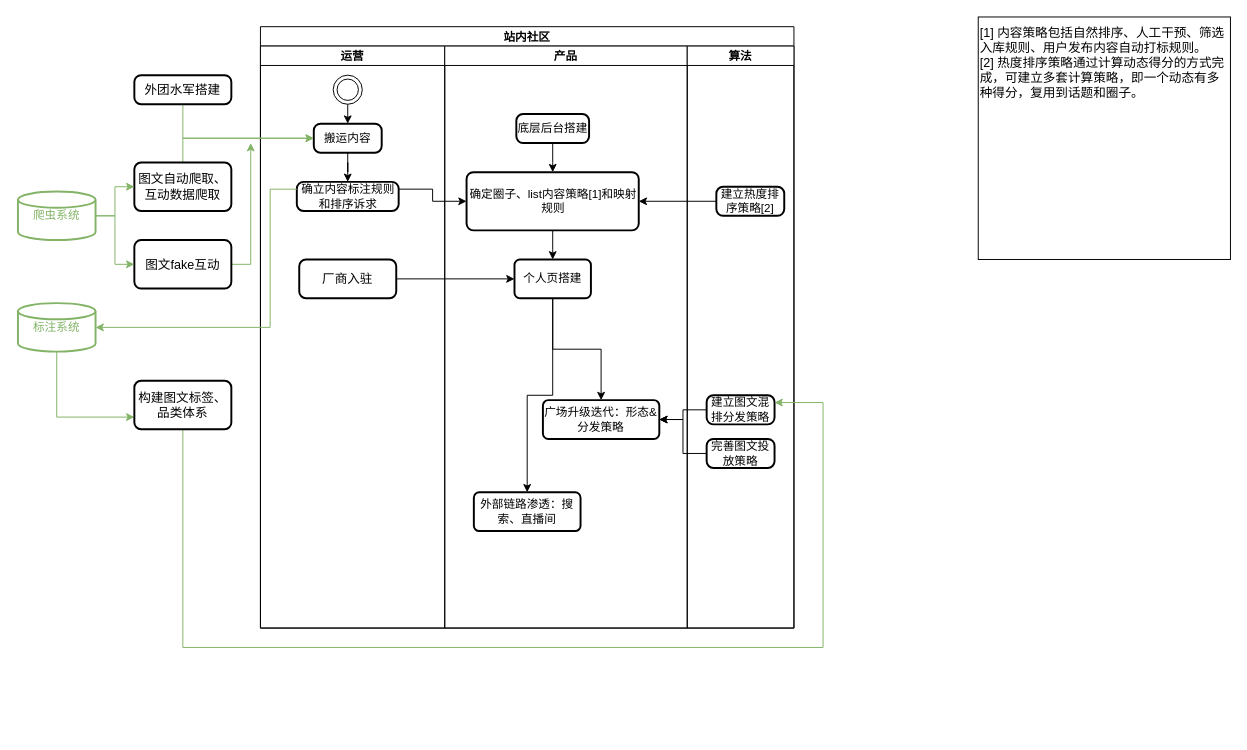
GraceYongqi/huya_design keeps this draw.io diagram as huya_community_workflow.drawio. Above is the earlier version. Source tidied: cells renumbered, new cells numbered last; positions are measured from the earlier drawing's top-left corner, leaving out a move shared by most shapes. Both pictures are drawn from the tidied source at 97%, with x=0, y=0 at pixel (17, 16).
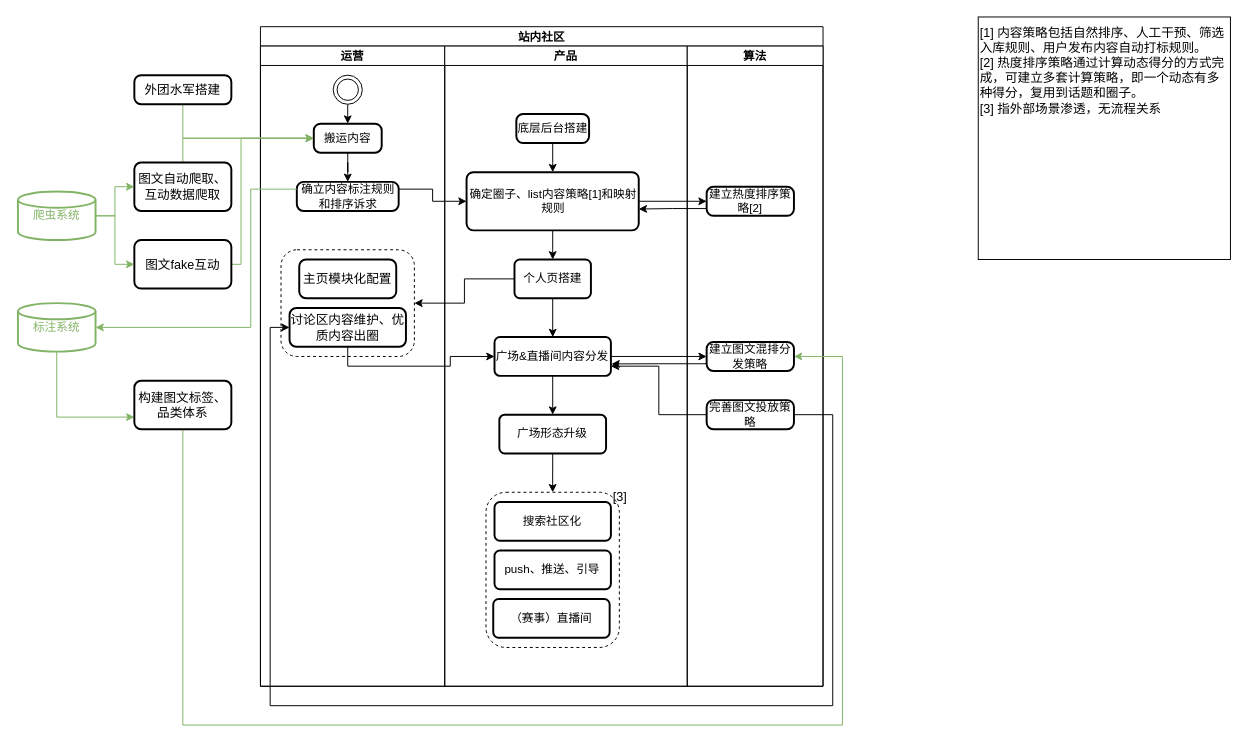
The same page after the edit.

Unchanged cells that the change refers to:
```xml
<mxCell id="7" value="搬运内容" style="rounded=1;whiteSpace=wrap;html=1;absoluteArcSize=1;arcSize=14;strokeWidth=2;" parent="3" vertex="1">
  <mxGeometry x="55" y="80" width="70" height="30" as="geometry" />
</mxCell>
<mxCell id="8" value="确立内容标注规则和排序诉求" style="rounded=1;whiteSpace=wrap;html=1;absoluteArcSize=1;arcSize=14;strokeWidth=2;" parent="3" vertex="1">
  <mxGeometry x="37.5" y="140" width="105" height="30" as="geometry" />
</mxCell>
<mxCell id="14" value="确定圈子、list内容策略[1]和映射规则" style="rounded=1;whiteSpace=wrap;html=1;absoluteArcSize=1;arcSize=14;strokeWidth=2;" parent="10" vertex="1">
  <mxGeometry x="22.5" y="130" width="177.5" height="60" as="geometry" />
</mxCell>
<mxCell id="17" value="个人页搭建" style="whiteSpace=wrap;html=1;rounded=1;arcSize=14;strokeWidth=2;" parent="10" vertex="1">
  <mxGeometry x="71.9" y="220" width="78.8" height="40" as="geometry" />
</mxCell>
<mxCell id="33" value="图文fake互动" style="rounded=1;whiteSpace=wrap;html=1;absoluteArcSize=1;arcSize=14;strokeWidth=2;fontSize=13;" parent="1" vertex="1">
  <mxGeometry x="120" y="230" width="100" height="50" as="geometry" />
</mxCell>
<mxCell id="37" value="标注系统" style="strokeWidth=2;html=1;shape=mxgraph.flowchart.database;whiteSpace=wrap;fontColor=#82B366;strokeColor=#82B366;" parent="1" vertex="1">
  <mxGeometry y="295" width="80" height="50" as="geometry" />
</mxCell>
<mxCell id="43" value="构建图文标签、品类体系" style="rounded=1;whiteSpace=wrap;html=1;absoluteArcSize=1;arcSize=14;strokeWidth=2;fontSize=13;" parent="1" vertex="1">
  <mxGeometry x="120" y="375" width="100" height="50" as="geometry" />
</mxCell>
```

Diff of the diagram source:
```diff
@@
     <mxCell id="2" value="站内社区" style="swimlane;startSize=20;" parent="1" vertex="1">
-      <mxGeometry x="250" y="10" width="550" height="620" as="geometry" />
+      <mxGeometry x="250" y="10" width="580" height="680" as="geometry" />
     </mxCell>
     <mxCell id="3" value="运营" style="swimlane;startSize=20;" parent="2" vertex="1">
-      <mxGeometry y="20" width="190" height="600" as="geometry" />
+      <mxGeometry y="20" width="190" height="660" as="geometry" />
     </mxCell>
@@
-    <mxCell id="9" value="厂商入驻" style="rounded=1;whiteSpace=wrap;html=1;absoluteArcSize=1;arcSize=14;strokeWidth=2;fontSize=13;" parent="3" vertex="1">
+    <mxCell id="9" value="主页模块化配置" style="rounded=1;whiteSpace=wrap;html=1;absoluteArcSize=1;arcSize=14;strokeWidth=2;fontSize=13;" parent="3" vertex="1">
       <mxGeometry x="40" y="220" width="100" height="40" as="geometry" />
     </mxCell>
+    <mxCell id="44" value="讨论区内容维护、优质内容出圈" style="rounded=1;whiteSpace=wrap;html=1;absoluteArcSize=1;arcSize=14;strokeWidth=2;fontSize=13;" parent="3" vertex="1">
+      <mxGeometry x="30" y="270" width="120" height="40" as="geometry" />
+    </mxCell>
+    <mxCell id="45" style="rounded=1;whiteSpace=wrap;html=1;fontSize=13;fontColor=#FF3333;strokeColor=#000000;fillColor=none;dashed=1;" parent="3" vertex="1">
+      <mxGeometry x="21.2" y="210" width="137.5" height="110" as="geometry" />
+    </mxCell>
     <mxCell id="10" value="产品" style="swimlane;startSize=20;" parent="2" vertex="1">
-      <mxGeometry x="190" y="20" width="250" height="600" as="geometry" />
+      <mxGeometry x="190" y="20" width="250" height="660" as="geometry" />
     </mxCell>
@@
-    <mxCell id="15" style="edgeStyle=orthogonalEdgeStyle;rounded=0;jettySize=auto;html=1;exitX=0.5;exitY=1;exitDx=0;exitDy=0;entryX=0.5;entryY=0;entryDx=0;entryDy=0;fontSize=13;fontColor=#82B366;strokeColor=#000000;" parent="10" edge="1" source="17" target="19">
+    <mxCell id="15" style="edgeStyle=orthogonalEdgeStyle;rounded=0;jettySize=auto;html=1;exitX=0.5;exitY=1;exitDx=0;exitDy=0;entryX=0.5;entryY=0;entryDx=0;entryDy=0;fontSize=13;fontColor=#82B366;strokeColor=#000000;" parent="10" edge="1" source="18" target="19">
       <mxGeometry relative="1" as="geometry" />
     </mxCell>
@@
-    <mxCell id="18" value="广场升级迭代：形态&amp;amp;分发策略" style="whiteSpace=wrap;html=1;rounded=1;arcSize=14;strokeWidth=2;" parent="10" vertex="1">
-      <mxGeometry x="101.2" y="365" width="120" height="40" as="geometry" />
+    <mxCell id="18" value="广场&amp;amp;直播间内容分发" style="whiteSpace=wrap;html=1;rounded=1;arcSize=14;strokeWidth=2;" parent="10" vertex="1">
+      <mxGeometry x="51.3" y="300" width="120" height="40" as="geometry" />
     </mxCell>
-    <mxCell id="19" value="外部链路渗透：搜索、直播间" style="whiteSpace=wrap;html=1;rounded=1;arcSize=14;strokeWidth=2;" parent="10" vertex="1">
-      <mxGeometry x="30" y="460" width="110" height="40" as="geometry" />
+    <mxCell id="19" value="广场形态升级" style="whiteSpace=wrap;html=1;rounded=1;arcSize=14;strokeWidth=2;" parent="10" vertex="1">
+      <mxGeometry x="56.3" y="380" width="110" height="40" as="geometry" />
     </mxCell>
+    <mxCell id="46" value="搜索社区化" style="whiteSpace=wrap;html=1;rounded=1;arcSize=14;strokeWidth=2;" parent="10" vertex="1">
+      <mxGeometry x="51.3" y="470" width="120" height="40" as="geometry" />
+    </mxCell>
+    <mxCell id="47" value="push、推送、引导" style="whiteSpace=wrap;html=1;rounded=1;arcSize=14;strokeWidth=2;" parent="10" vertex="1">
+      <mxGeometry x="51.3" y="520" width="120" height="40" as="geometry" />
+    </mxCell>
+    <mxCell id="48" value="&lt;font color=&quot;#000000&quot;&gt;[3]&lt;/font&gt;" style="text;html=1;strokeColor=none;fillColor=none;align=center;verticalAlign=middle;whiteSpace=wrap;rounded=0;dashed=1;fontSize=13;fontColor=#FF3333;" parent="10" vertex="1">
+      <mxGeometry x="150.6" y="450" width="60" height="30" as="geometry" />
+    </mxCell>
+    <mxCell id="49" style="rounded=1;whiteSpace=wrap;html=1;fontSize=13;fontColor=#FF3333;strokeColor=#000000;fillColor=none;dashed=1;" parent="10" vertex="1">
+      <mxGeometry x="42.5" y="460" width="137.5" height="160" as="geometry" />
+    </mxCell>
+    <mxCell id="50" style="edgeStyle=orthogonalEdgeStyle;rounded=0;jettySize=auto;html=1;exitX=0.5;exitY=1;exitDx=0;exitDy=0;entryX=0.5;entryY=0;entryDx=0;entryDy=0;fontSize=13;fontColor=#FF3333;strokeColor=#000000;" parent="10" edge="1" source="19" target="49">
+      <mxGeometry relative="1" as="geometry" />
+    </mxCell>
+    <mxCell id="51" value="（赛事）直播间" style="whiteSpace=wrap;html=1;rounded=1;arcSize=14;strokeWidth=2;" parent="10" vertex="1">
+      <mxGeometry x="50" y="570" width="120" height="40" as="geometry" />
+    </mxCell>
     <mxCell id="20" value="算法" style="swimlane;startSize=20;" parent="2" vertex="1">
-      <mxGeometry x="440" y="20" width="110" height="600" as="geometry" />
+      <mxGeometry x="440" y="20" width="140" height="660" as="geometry" />
     </mxCell>
     <mxCell id="21" value="建立热度排序策略[2]" style="rounded=1;whiteSpace=wrap;html=1;absoluteArcSize=1;arcSize=14;strokeWidth=2;" parent="20" vertex="1">
-      <mxGeometry x="30" y="145" width="70" height="30" as="geometry" />
+      <mxGeometry x="20" y="145" width="90" height="30" as="geometry" />
     </mxCell>
     <mxCell id="22" value="建立图文混排分发策略" style="rounded=1;whiteSpace=wrap;html=1;absoluteArcSize=1;arcSize=14;strokeWidth=2;" parent="20" vertex="1">
-      <mxGeometry x="20" y="360" width="70" height="30" as="geometry" />
+      <mxGeometry x="20" y="305" width="90" height="30" as="geometry" />
     </mxCell>
     <mxCell id="23" value="完善图文投放策略" style="rounded=1;whiteSpace=wrap;html=1;absoluteArcSize=1;arcSize=14;strokeWidth=2;" parent="20" vertex="1">
-      <mxGeometry x="20" y="405" width="70" height="30" as="geometry" />
+      <mxGeometry x="20" y="365" width="90" height="30" as="geometry" />
     </mxCell>
@@
-    <mxCell id="25" style="edgeStyle=orthogonalEdgeStyle;rounded=0;jettySize=auto;html=1;exitX=0;exitY=0.5;exitDx=0;exitDy=0;entryX=1;entryY=0.5;entryDx=0;entryDy=0;strokeColor=#000000;" parent="2" edge="1" source="21" target="14">
-      <mxGeometry relative="1" as="geometry" />
-    </mxCell>
+    <mxCell id="27" style="edgeStyle=orthogonalEdgeStyle;rounded=0;jettySize=auto;html=1;fontSize=13;strokeColor=#000000;entryX=0;entryY=0.5;entryDx=0;entryDy=0;" parent="2" edge="1" target="44">
+      <mxGeometry relative="1" as="geometry">
+        <mxPoint x="550" y="400" as="sourcePoint" />
+        <Array as="points">
+          <mxPoint x="590" y="400" />
+          <mxPoint x="590" y="700" />
+          <mxPoint x="10" y="700" />
+          <mxPoint x="10" y="310" />
+        </Array>
+      </mxGeometry>
+    </mxCell>
+    <mxCell id="52" style="edgeStyle=orthogonalEdgeStyle;rounded=0;jettySize=auto;html=1;exitX=0;exitY=0.5;exitDx=0;exitDy=0;entryX=1;entryY=0.5;entryDx=0;entryDy=0;fontSize=13;fontColor=#FF3333;strokeColor=#000000;" parent="2" edge="1" source="17" target="45">
+      <mxGeometry relative="1" as="geometry" />
+    </mxCell>
+    <mxCell id="53" style="edgeStyle=orthogonalEdgeStyle;rounded=0;jettySize=auto;html=1;exitX=0.5;exitY=1;exitDx=0;exitDy=0;entryX=0;entryY=0.5;entryDx=0;entryDy=0;fontSize=13;fontColor=#FF3333;strokeColor=#000000;" parent="2" edge="1" source="44" target="18">
+      <mxGeometry relative="1" as="geometry" />
+    </mxCell>
+    <mxCell id="54" style="edgeStyle=orthogonalEdgeStyle;rounded=0;jettySize=auto;html=1;exitX=1;exitY=0.5;exitDx=0;exitDy=0;entryX=0;entryY=0.5;entryDx=0;entryDy=0;fontSize=13;fontColor=#FF3333;strokeColor=#000000;" parent="2" edge="1" source="14" target="21">
+      <mxGeometry relative="1" as="geometry" />
+    </mxCell>
+    <mxCell id="55" style="edgeStyle=orthogonalEdgeStyle;rounded=0;jettySize=auto;html=1;exitX=0;exitY=0.75;exitDx=0;exitDy=0;fontSize=13;fontColor=#FF3333;strokeColor=#000000;" parent="2" edge="1" source="21">
+      <mxGeometry relative="1" as="geometry">
+        <mxPoint x="390" y="188" as="targetPoint" />
+        <Array as="points">
+          <mxPoint x="425" y="188" />
+          <mxPoint x="390" y="188" />
+        </Array>
+      </mxGeometry>
+    </mxCell>
-    <mxCell id="26" style="edgeStyle=orthogonalEdgeStyle;rounded=0;jettySize=auto;html=1;exitX=0;exitY=0.5;exitDx=0;exitDy=0;fontSize=13;strokeColor=#000000;entryX=1;entryY=0.5;entryDx=0;entryDy=0;" parent="2" edge="1" source="22" target="18">
+    <mxCell id="26" style="edgeStyle=orthogonalEdgeStyle;rounded=0;jettySize=auto;html=1;exitX=0;exitY=0.75;exitDx=0;exitDy=0;entryX=1.005;entryY=0.692;entryDx=0;entryDy=0;fontSize=13;fontColor=#FF3333;strokeColor=#000000;entryPerimeter=0;" parent="2" edge="1" source="22" target="18">
       <mxGeometry relative="1" as="geometry" />
     </mxCell>
-    <mxCell id="27" style="edgeStyle=orthogonalEdgeStyle;rounded=0;jettySize=auto;html=1;exitX=0;exitY=0.5;exitDx=0;exitDy=0;fontSize=13;strokeColor=#000000;entryX=1;entryY=0.5;entryDx=0;entryDy=0;" parent="2" edge="1" source="23" target="18">
-      <mxGeometry relative="1" as="geometry" />
-    </mxCell>
-    <mxCell id="28" style="edgeStyle=orthogonalEdgeStyle;rounded=0;jettySize=auto;html=1;exitX=1;exitY=0.5;exitDx=0;exitDy=0;entryX=0;entryY=0.5;entryDx=0;entryDy=0;fontSize=13;fontColor=#FF3333;strokeColor=#000000;" parent="2" edge="1" source="9" target="17">
-      <mxGeometry relative="1" as="geometry" />
-    </mxCell>
+    <mxCell id="56" style="edgeStyle=orthogonalEdgeStyle;rounded=0;jettySize=auto;html=1;exitX=1;exitY=0.5;exitDx=0;exitDy=0;entryX=0;entryY=0.5;entryDx=0;entryDy=0;fontSize=13;fontColor=#FF3333;strokeColor=#000000;" parent="2" edge="1" source="18" target="22">
+      <mxGeometry relative="1" as="geometry" />
+    </mxCell>
+    <mxCell id="57" style="edgeStyle=orthogonalEdgeStyle;rounded=0;jettySize=auto;html=1;exitX=0;exitY=0.5;exitDx=0;exitDy=0;entryX=1;entryY=0.75;entryDx=0;entryDy=0;fontSize=13;fontColor=#FF3333;strokeColor=#000000;" parent="2" edge="1" source="23" target="18">
+      <mxGeometry relative="1" as="geometry" />
+    </mxCell>
-    <mxCell id="29" value="&lt;span style=&quot;font-size: 13px;&quot;&gt;[1] 内容策略包括自然排序、人工干预、筛选入库规则、用户发布内容自动打标规则。&lt;br style=&quot;font-size: 13px;&quot;&gt;[2] 热度排序策略通过计算动态得分的方式完成，可建立多套计算策略，即一个动态有多种得分，复用到话题和圈子。&lt;br style=&quot;font-size: 13px;&quot;&gt;&lt;/span&gt;" style="rounded=0;whiteSpace=wrap;html=1;align=left;verticalAlign=top;fontSize=13;spacingTop=2;spacing=2;" parent="1" vertex="1">
+    <mxCell id="29" value="&lt;span style=&quot;font-size: 13px&quot;&gt;[1] 内容策略包括自然排序、人工干预、筛选入库规则、用户发布内容自动打标规则。&lt;br style=&quot;font-size: 13px&quot;&gt;[2] 热度排序策略通过计算动态得分的方式完成，可建立多套计算策略，即一个动态有多种得分，复用到话题和圈子。&lt;br&gt;[3] 指外部场景渗透，无流程关系&lt;br style=&quot;font-size: 13px&quot;&gt;&lt;/span&gt;" style="rounded=0;whiteSpace=wrap;html=1;align=left;verticalAlign=top;fontSize=13;spacingTop=2;spacing=2;" parent="1" vertex="1">
       <mxGeometry x="990" width="260" height="250" as="geometry" />
     </mxCell>
@@
-    <mxCell id="32" style="edgeStyle=orthogonalEdgeStyle;rounded=0;jettySize=auto;html=1;exitX=1;exitY=0.5;exitDx=0;exitDy=0;fontSize=13;strokeColor=#82B366;" parent="1" edge="1" source="33">
+    <mxCell id="32" style="edgeStyle=orthogonalEdgeStyle;rounded=0;jettySize=auto;html=1;exitX=1;exitY=0.5;exitDx=0;exitDy=0;fontSize=13;strokeColor=#82B366;entryX=0;entryY=0.5;entryDx=0;entryDy=0;" parent="1" edge="1" source="33" target="7">
       <mxGeometry relative="1" as="geometry">
-        <mxPoint x="240" y="130" as="targetPoint" />
         <Array as="points">
-          <mxPoint x="240" y="255" />
+          <mxPoint x="230" y="255" />
+          <mxPoint x="230" y="125" />
         </Array>
       </mxGeometry>
     </mxCell>
@@
     <mxCell id="38" style="edgeStyle=orthogonalEdgeStyle;rounded=0;jettySize=auto;html=1;exitX=0;exitY=0.25;exitDx=0;exitDy=0;entryX=1;entryY=0.5;entryDx=0;entryDy=0;entryPerimeter=0;fontSize=13;fontColor=#82B366;strokeColor=#82B366;" parent="1" edge="1" source="8" target="37">
       <mxGeometry relative="1" as="geometry">
         <Array as="points">
-          <mxPoint x="260" y="178" />
-          <mxPoint x="260" y="320" />
+          <mxPoint x="240" y="178" />
+          <mxPoint x="240" y="320" />
         </Array>
       </mxGeometry>
     </mxCell>
@@
-    <mxCell id="42" style="edgeStyle=orthogonalEdgeStyle;rounded=0;jettySize=auto;html=1;exitX=0.5;exitY=1;exitDx=0;exitDy=0;entryX=1;entryY=0.25;entryDx=0;entryDy=0;fontSize=13;fontColor=#82B366;strokeColor=#82B366;" parent="1" edge="1" source="43" target="22">
+    <mxCell id="42" style="edgeStyle=orthogonalEdgeStyle;rounded=0;jettySize=auto;html=1;exitX=0.5;exitY=1;exitDx=0;exitDy=0;fontSize=13;fontColor=#82B366;strokeColor=#82B366;entryX=1;entryY=0.5;entryDx=0;entryDy=0;" parent="1" edge="1" source="43" target="22">
       <mxGeometry relative="1" as="geometry">
         <Array as="points">
-          <mxPoint x="170" y="650" />
-          <mxPoint x="830" y="650" />
-          <mxPoint x="830" y="398" />
+          <mxPoint x="170" y="730" />
+          <mxPoint x="850" y="730" />
+          <mxPoint x="850" y="350" />
         </Array>
       </mxGeometry>
     </mxCell>
```
